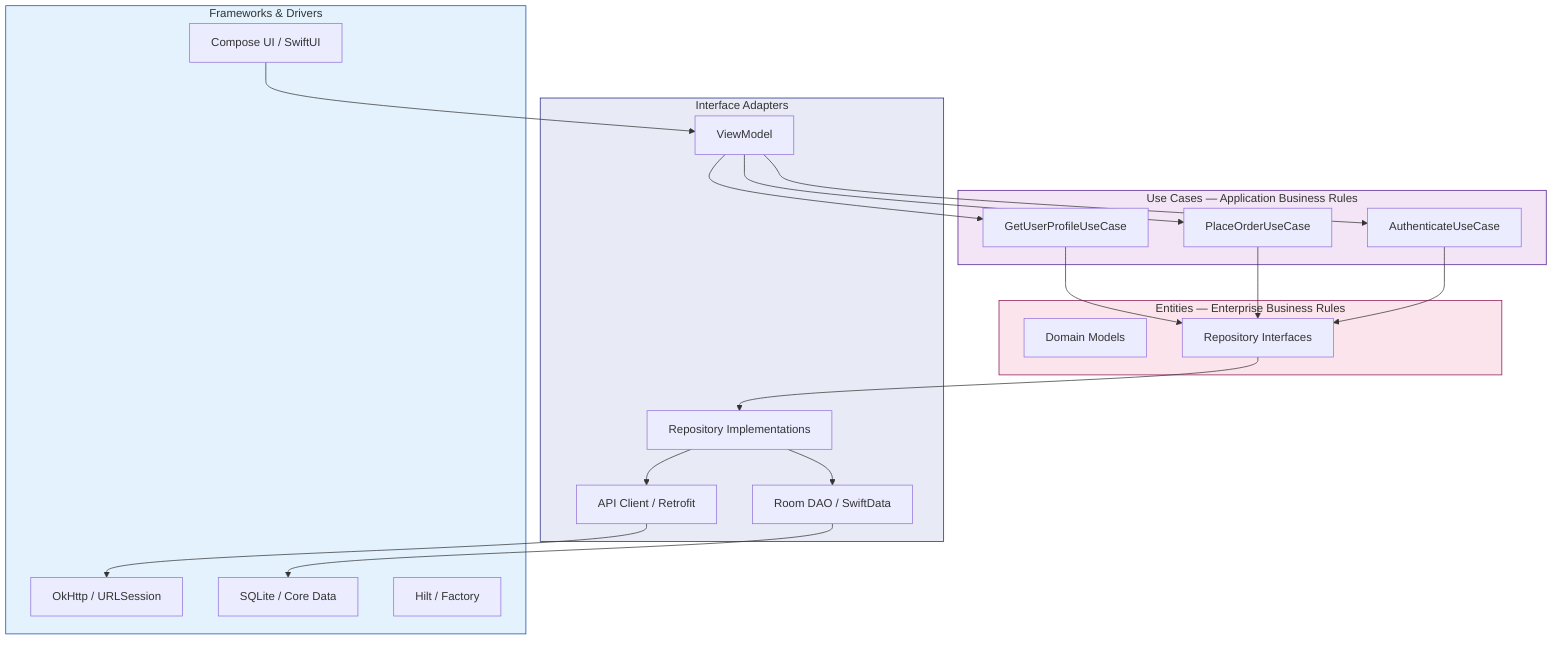
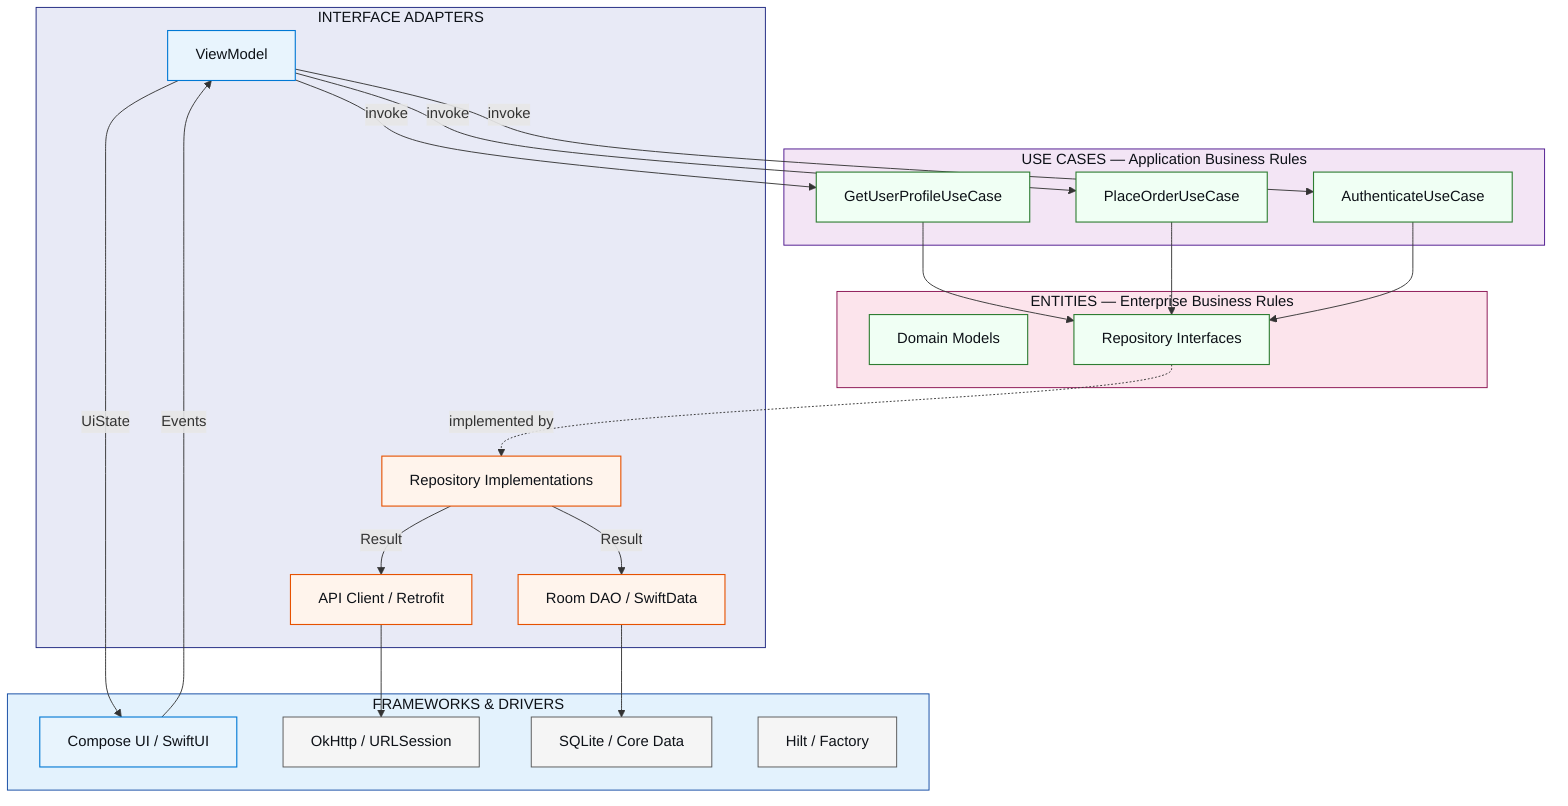
flowchart TD
-   subgraph Entities["Entities — Enterprise Business Rules"]
+   subgraph Entities["ENTITIES — Enterprise Business Rules"]
    DM[Domain Models]
    RI[Repository Interfaces]
  end
-   subgraph UseCases["Use Cases — Application Business Rules"]
+   subgraph UseCases["USE CASES — Application Business Rules"]
    UC1[GetUserProfileUseCase]
    UC2[PlaceOrderUseCase]
    UC3[AuthenticateUseCase]
  end
-   subgraph Adapters["Interface Adapters"]
+   subgraph Adapters["INTERFACE ADAPTERS"]
    VM[ViewModel]
    RIMPL[Repository Implementations]
    API[API Client / Retrofit]
    DAO[Room DAO / SwiftData]
  end
-   subgraph Frameworks["Frameworks & Drivers"]
+   subgraph Frameworks["FRAMEWORKS & DRIVERS"]
    UI[Compose UI / SwiftUI]
    NET[OkHttp / URLSession]
    DB[SQLite / Core Data]
    DI[Hilt / Factory]
  end
-   UI --> VM
-   VM --> UC1 & UC2 & UC3
-   UC1 & UC2 & UC3 --> RI
-   RI --> RIMPL
-   RIMPL --> API & DAO
+ 
+   UI -- "Events" --> VM
+   VM -- "UiState" --> UI
+   VM -- "invoke" --> UC1
+   VM -- "invoke" --> UC2
+   VM -- "invoke" --> UC3
+   UC1 --> RI
+   UC2 --> RI
+   UC3 --> RI
+   RI -. "implemented by" .-> RIMPL
+   RIMPL -- "Result" --> API
+   RIMPL -- "Result" --> DAO
  API --> NET
  DAO --> DB
-   style Entities fill:#FCE4EC,stroke:#880E4F
-   style UseCases fill:#F3E5F5,stroke:#4A148C
-   style Adapters fill:#E8EAF6,stroke:#1A237E
-   style Frameworks fill:#E3F2FD,stroke:#0D47A1
+ 
+   classDef ui fill:#E8F4FD,stroke:#0078D4,color:#0D1117,stroke-width:1.2px
+   classDef domain fill:#F0FFF4,stroke:#2E7D32,color:#0D1117,stroke-width:1.2px
+   classDef data fill:#FFF4EC,stroke:#E65100,color:#0D1117,stroke-width:1.2px
+   classDef fw fill:#F5F5F5,stroke:#555,color:#0D1117,stroke-width:1px
+   class UI,VM ui
+   class DM,RI,UC1,UC2,UC3 domain
+   class RIMPL,API,DAO data
+   class NET,DB,DI fw
+ 
+   style Entities fill:#FCE4EC,stroke:#880E4F,color:#0D1117
+   style UseCases fill:#F3E5F5,stroke:#4A148C,color:#0D1117
+   style Adapters fill:#E8EAF6,stroke:#1A237E,color:#0D1117
+   style Frameworks fill:#E3F2FD,stroke:#0D47A1,color:#0D1117
